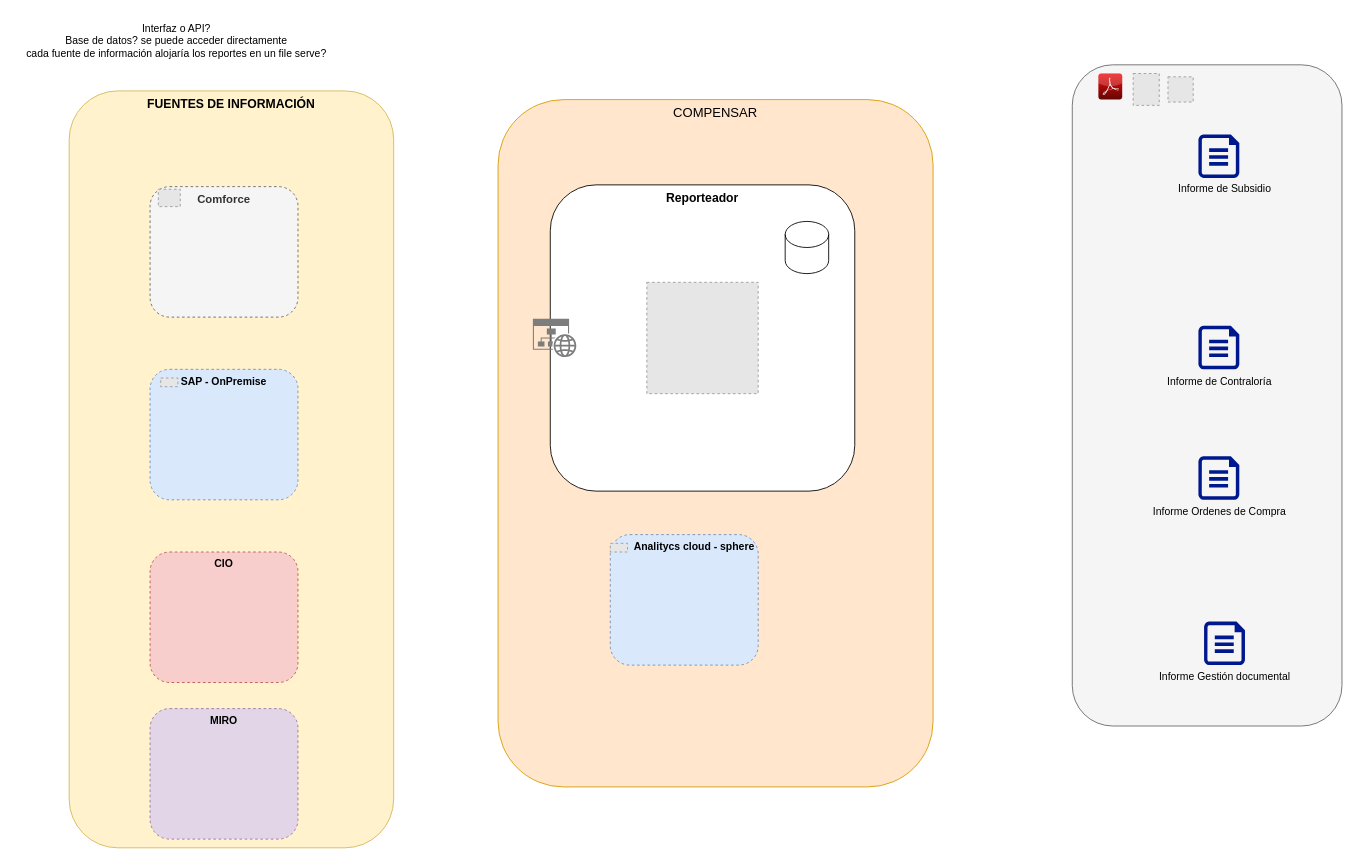
Above: page "To-be" (2 of 2) of Entes de Control.drawio in carlosvalderrama1204/diagrams (draw.io), before the change. Source tidied: cells renumbered, new cells numbered last; positions are measured from the earlier drawing's top-left corner, leaving out a move shared by most shapes. Both pictures are drawn from the tidied source at 87%, with x=0, y=0 at pixel (15, 15). Pictures stored in the file or linked from it are replaced by grey dashed boxes.
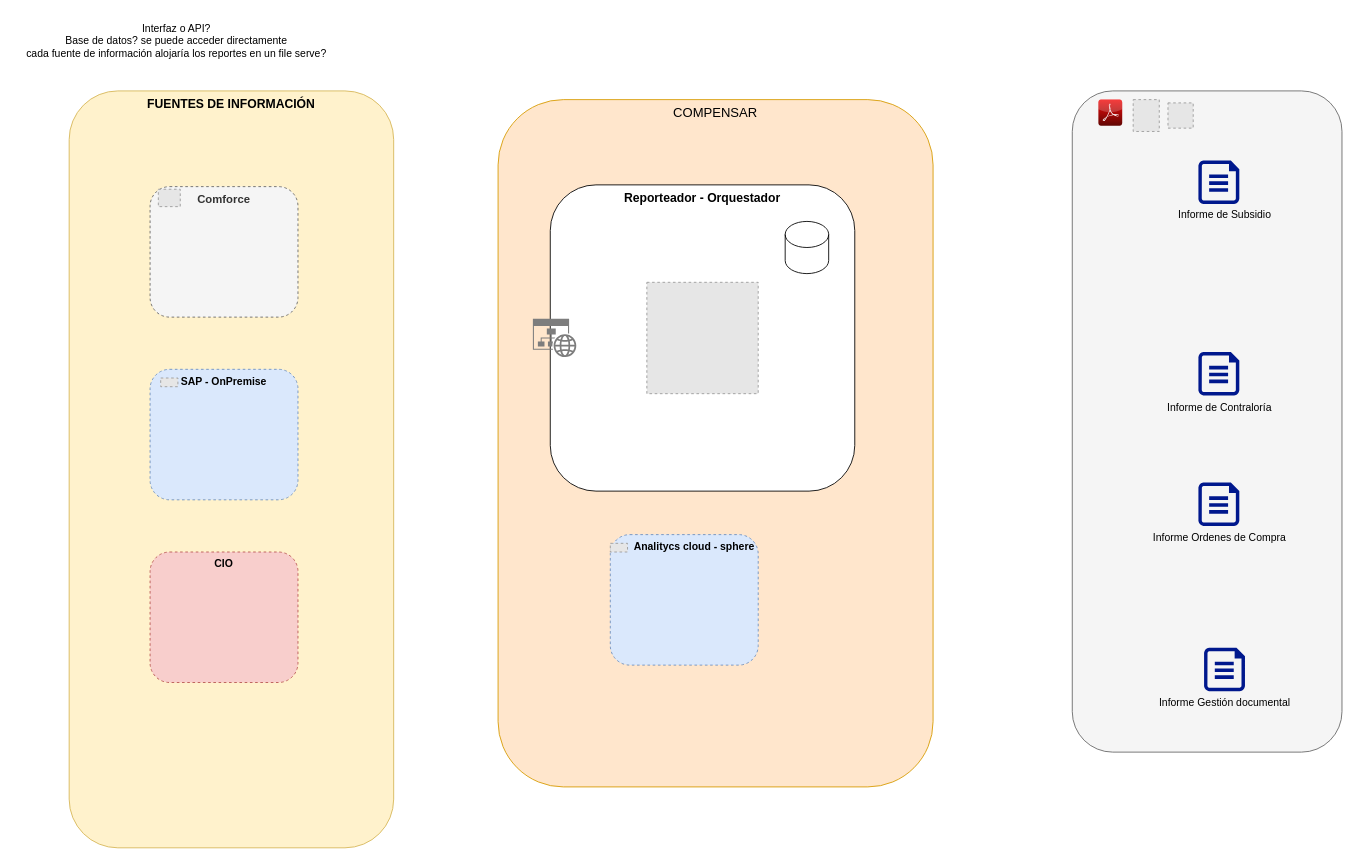
After the change.

What changed in the source:
```diff
@@
-    <mxCell id="7" value="&lt;font style=&quot;font-size: 14px;&quot;&gt;&lt;b&gt;Reporteador&lt;/b&gt;&lt;/font&gt;" style="rounded=1;whiteSpace=wrap;html=1;verticalAlign=top;" parent="1" vertex="1">
+    <mxCell id="7" value="&lt;font style=&quot;font-size: 14px;&quot;&gt;&lt;b&gt;Reporteador - Orquestador&lt;/b&gt;&lt;/font&gt;" style="rounded=1;whiteSpace=wrap;html=1;verticalAlign=top;" parent="1" vertex="1">
       <mxGeometry x="615" y="195" width="350" height="352" as="geometry" />
     </mxCell>
     <mxCell id="8" style="group;" parent="1" vertex="1">
-      <mxGeometry x="1215" y="57" width="310" height="760" as="geometry" />
+      <mxGeometry x="1215" y="87" width="310" height="760" as="geometry" />
     </mxCell>
@@
-    <mxCell id="24" value="&lt;b&gt;MIRO&lt;/b&gt;" style="rounded=1;whiteSpace=wrap;html=1;dashed=1;align=center;horizontal=1;verticalAlign=top;fillColor=#e1d5e7;strokeColor=#9673a6;" parent="1" vertex="1">
-      <mxGeometry x="155" y="797" width="170" height="150" as="geometry" />
-    </mxCell>
```
